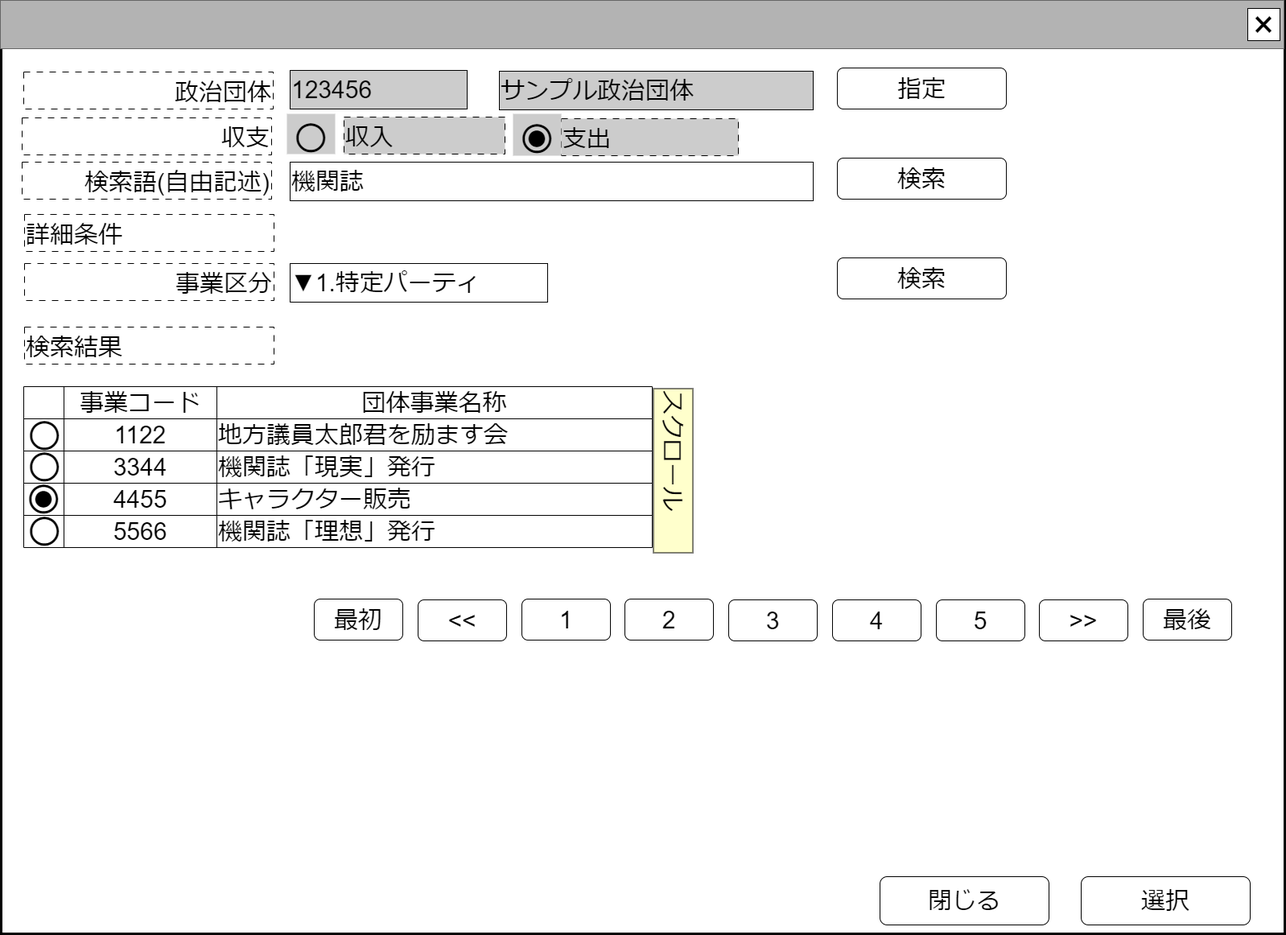
The draw.io diagram docs/common/front/search_continue_buissiness/image/継続事業検索.drawio.png in chiwa2023/investigate-politician-balance-report, before a commit. Source tidied: cells renumbered, new cells last; positions are measured from the earlier drawing's top-left corner, leaving out a move shared by most shapes.
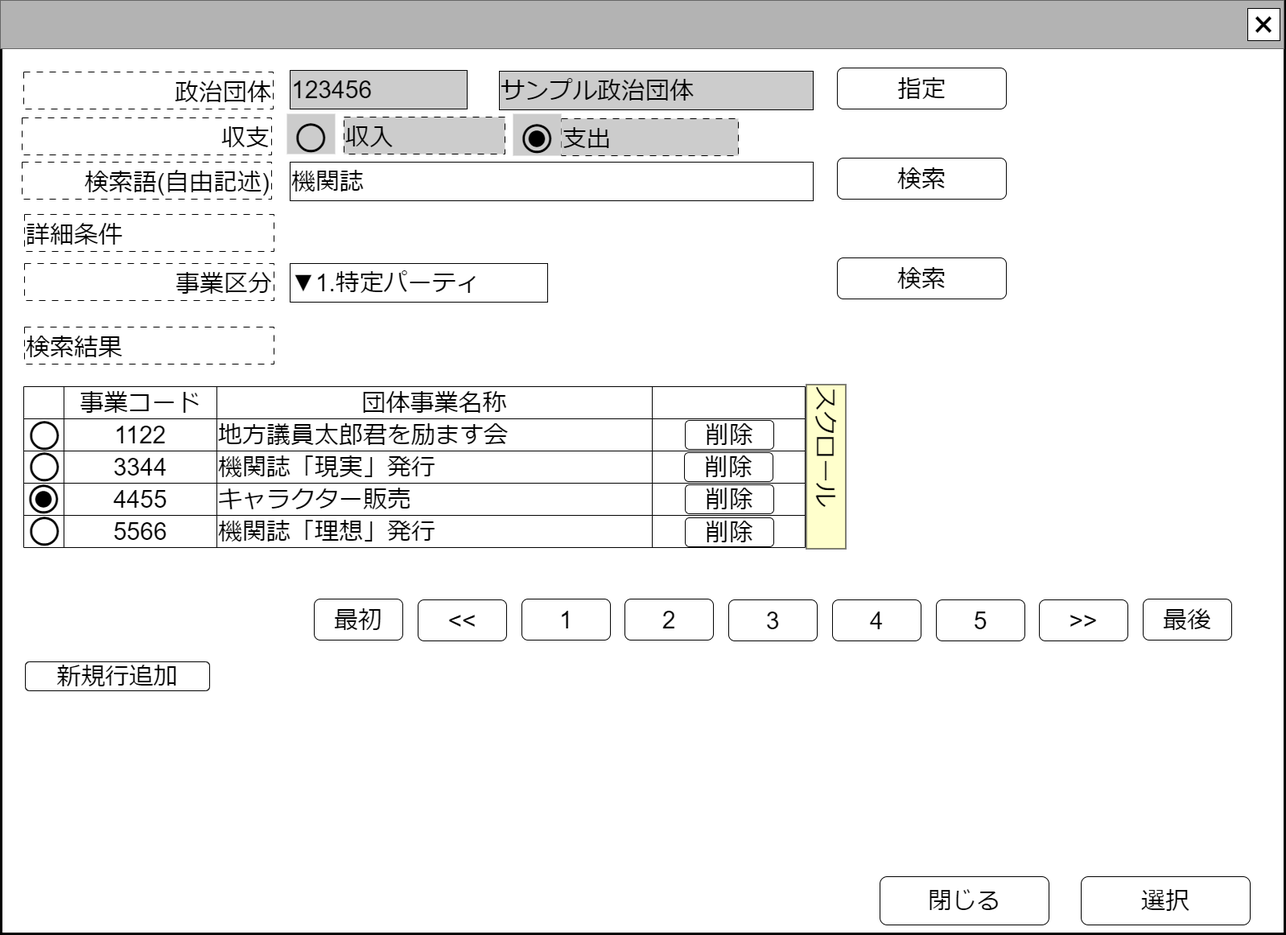
Later version of the same file.

What changed in the source:
```diff
@@ -13,10 +13,10 @@
     </mxCell>
     <mxCell id="5" value="名称未設定レイヤ" parent="0" />
     <mxCell id="6" style="shape=table;startSize=0;fontSize=16;" parent="5" vertex="1">
-      <mxGeometry x="29" y="480" width="781" height="200" as="geometry" />
+      <mxGeometry x="29" y="480" width="971" height="200" as="geometry" />
     </mxCell>
     <mxCell id="7" style="shape=tableRow;horizontal=0;startSize=0;swimlaneHead=0;swimlaneBody=0;strokeColor=inherit;top=0;left=0;bottom=0;right=0;fillColor=none;fontSize=16;" parent="6" vertex="1">
-      <mxGeometry width="781" height="40" as="geometry" />
+      <mxGeometry width="971" height="40" as="geometry" />
     </mxCell>
     <mxCell id="8" style="shape=partialRectangle;html=1;whiteSpace=wrap;strokeColor=inherit;overflow=hidden;fillColor=none;top=0;left=0;bottom=0;right=0;fontSize=16;" parent="7" vertex="1">
       <mxGeometry width="50" height="40" as="geometry" />
@@ -27,8 +27,11 @@
     <mxCell id="10" value="&lt;font style=&quot;font-size: 30px;&quot;&gt;団体事業&lt;/font&gt;&lt;span style=&quot;font-size: 30px; background-color: initial;&quot;&gt;名称&lt;/span&gt;" style="shape=partialRectangle;html=1;whiteSpace=wrap;strokeColor=inherit;overflow=hidden;fillColor=none;top=0;left=0;bottom=0;right=0;fontSize=16;" parent="7" vertex="1">
       <mxGeometry x="240" width="541" height="40" as="geometry" />
     </mxCell>
+    <mxCell id="62" style="shape=partialRectangle;html=1;whiteSpace=wrap;strokeColor=inherit;overflow=hidden;fillColor=none;top=0;left=0;bottom=0;right=0;fontSize=16;" parent="7" vertex="1">
+      <mxGeometry x="781" width="190" height="40" as="geometry" />
+    </mxCell>
     <mxCell id="11" style="shape=tableRow;horizontal=0;startSize=0;swimlaneHead=0;swimlaneBody=0;strokeColor=inherit;top=0;left=0;bottom=0;right=0;fillColor=none;fontSize=16;" parent="6" vertex="1">
-      <mxGeometry y="40" width="781" height="40" as="geometry" />
+      <mxGeometry y="40" width="971" height="40" as="geometry" />
     </mxCell>
     <mxCell id="12" style="shape=partialRectangle;html=1;whiteSpace=wrap;strokeColor=inherit;overflow=hidden;fillColor=none;top=0;left=0;bottom=0;right=0;fontSize=16;" parent="11" vertex="1">
       <mxGeometry width="50" height="40" as="geometry" />
@@ -39,8 +42,11 @@
     <mxCell id="14" value="&lt;span style=&quot;font-size: 30px;&quot;&gt;地方議員太郎君を励ます会&lt;/span&gt;" style="shape=partialRectangle;html=1;whiteSpace=wrap;strokeColor=inherit;overflow=hidden;fillColor=none;top=0;left=0;bottom=0;right=0;fontSize=16;align=left;" parent="11" vertex="1">
       <mxGeometry x="240" width="541" height="40" as="geometry" />
     </mxCell>
+    <mxCell id="63" style="shape=partialRectangle;html=1;whiteSpace=wrap;strokeColor=inherit;overflow=hidden;fillColor=none;top=0;left=0;bottom=0;right=0;fontSize=16;align=left;" parent="11" vertex="1">
+      <mxGeometry x="781" width="190" height="40" as="geometry" />
+    </mxCell>
     <mxCell id="15" style="shape=tableRow;horizontal=0;startSize=0;swimlaneHead=0;swimlaneBody=0;strokeColor=inherit;top=0;left=0;bottom=0;right=0;fillColor=none;fontSize=16;align=left;" parent="6" vertex="1">
-      <mxGeometry y="80" width="781" height="40" as="geometry" />
+      <mxGeometry y="80" width="971" height="40" as="geometry" />
     </mxCell>
     <mxCell id="16" style="shape=partialRectangle;html=1;whiteSpace=wrap;strokeColor=inherit;overflow=hidden;fillColor=none;top=0;left=0;bottom=0;right=0;fontSize=16;" parent="15" vertex="1">
       <mxGeometry width="50" height="40" as="geometry" />
@@ -51,8 +57,11 @@
     <mxCell id="18" value="&lt;font style=&quot;font-size: 30px;&quot;&gt;機関誌「現実」発行&lt;br&gt;&lt;/font&gt;" style="shape=partialRectangle;html=1;whiteSpace=wrap;strokeColor=inherit;overflow=hidden;fillColor=none;top=0;left=0;bottom=0;right=0;fontSize=16;align=left;" parent="15" vertex="1">
       <mxGeometry x="240" width="541" height="40" as="geometry" />
     </mxCell>
+    <mxCell id="64" style="shape=partialRectangle;html=1;whiteSpace=wrap;strokeColor=inherit;overflow=hidden;fillColor=none;top=0;left=0;bottom=0;right=0;fontSize=16;align=left;" parent="15" vertex="1">
+      <mxGeometry x="781" width="190" height="40" as="geometry" />
+    </mxCell>
     <mxCell id="19" style="shape=tableRow;horizontal=0;startSize=0;swimlaneHead=0;swimlaneBody=0;strokeColor=inherit;top=0;left=0;bottom=0;right=0;fillColor=none;fontSize=16;" parent="6" vertex="1">
-      <mxGeometry y="120" width="781" height="40" as="geometry" />
+      <mxGeometry y="120" width="971" height="40" as="geometry" />
     </mxCell>
     <mxCell id="20" style="shape=partialRectangle;html=1;whiteSpace=wrap;strokeColor=inherit;overflow=hidden;fillColor=none;top=0;left=0;bottom=0;right=0;fontSize=16;" parent="19" vertex="1">
       <mxGeometry width="50" height="40" as="geometry" />
@@ -63,8 +72,11 @@
     <mxCell id="22" value="&lt;font style=&quot;font-size: 30px;&quot;&gt;キャラクター販売&lt;br&gt;&lt;/font&gt;" style="shape=partialRectangle;html=1;whiteSpace=wrap;strokeColor=inherit;overflow=hidden;fillColor=none;top=0;left=0;bottom=0;right=0;fontSize=16;align=left;" parent="19" vertex="1">
       <mxGeometry x="240" width="541" height="40" as="geometry" />
     </mxCell>
+    <mxCell id="65" style="shape=partialRectangle;html=1;whiteSpace=wrap;strokeColor=inherit;overflow=hidden;fillColor=none;top=0;left=0;bottom=0;right=0;fontSize=16;align=left;" parent="19" vertex="1">
+      <mxGeometry x="781" width="190" height="40" as="geometry" />
+    </mxCell>
     <mxCell id="23" style="shape=tableRow;horizontal=0;startSize=0;swimlaneHead=0;swimlaneBody=0;strokeColor=inherit;top=0;left=0;bottom=0;right=0;fillColor=none;fontSize=16;" parent="6" vertex="1">
-      <mxGeometry y="160" width="781" height="40" as="geometry" />
+      <mxGeometry y="160" width="971" height="40" as="geometry" />
     </mxCell>
     <mxCell id="24" style="shape=partialRectangle;html=1;whiteSpace=wrap;strokeColor=inherit;overflow=hidden;fillColor=none;top=0;left=0;bottom=0;right=0;fontSize=16;" parent="23" vertex="1">
       <mxGeometry width="50" height="40" as="geometry" />
@@ -75,6 +87,9 @@
     <mxCell id="26" value="&lt;font style=&quot;font-size: 30px;&quot;&gt;機関誌「理想」発行&lt;/font&gt;" style="shape=partialRectangle;html=1;whiteSpace=wrap;strokeColor=inherit;overflow=hidden;fillColor=none;top=0;left=0;bottom=0;right=0;fontSize=16;align=left;" parent="23" vertex="1">
       <mxGeometry x="240" width="541" height="40" as="geometry" />
     </mxCell>
+    <mxCell id="66" style="shape=partialRectangle;html=1;whiteSpace=wrap;strokeColor=inherit;overflow=hidden;fillColor=none;top=0;left=0;bottom=0;right=0;fontSize=16;align=left;" parent="23" vertex="1">
+      <mxGeometry x="781" width="190" height="40" as="geometry" />
+    </mxCell>
     <mxCell id="27" value="&lt;font style=&quot;font-size: 84px;&quot;&gt;○&lt;/font&gt;" style="text;html=1;strokeColor=none;fillColor=none;align=center;verticalAlign=middle;whiteSpace=wrap;rounded=0;fontSize=60;" parent="5" vertex="1">
       <mxGeometry x="25" y="521" width="60" height="30" as="geometry" />
     </mxCell>
@@ -163,7 +178,7 @@
       <mxGeometry x="519" y="745" width="110" height="51" as="geometry" />
     </mxCell>
     <mxCell id="56" value="&lt;div style=&quot;&quot;&gt;&lt;font style=&quot;font-size: 30px;&quot;&gt;スクロール&lt;/font&gt;&lt;/div&gt;" style="rounded=0;whiteSpace=wrap;html=1;align=left;verticalAlign=top;fillColor=#FFFFCC;rotation=90;" parent="5" vertex="1">
-      <mxGeometry x="734" y="560" width="204" height="49" as="geometry" />
+      <mxGeometry x="924" y="555" width="204" height="49" as="geometry" />
     </mxCell>
     <mxCell id="57" value="&lt;font style=&quot;font-size: 30px;&quot;&gt;123456&lt;/font&gt;&lt;span style=&quot;font-size: 30px;&quot;&gt;&lt;br&gt;&lt;/span&gt;" style="rounded=0;whiteSpace=wrap;html=1;align=left;fillColor=#CCCCCC;" parent="5" vertex="1">
       <mxGeometry x="360" y="87" width="220" height="48" as="geometry" />
@@ -180,5 +195,20 @@
     <mxCell id="61" value="&lt;font style=&quot;font-size: 48px;&quot;&gt;●&lt;/font&gt;" style="text;html=1;strokeColor=none;fillColor=none;align=center;verticalAlign=middle;whiteSpace=wrap;rounded=0;fontSize=48;" parent="5" vertex="1">
       <mxGeometry x="637" y="154" width="60" height="30" as="geometry" />
     </mxCell>
+    <mxCell id="67" value="&lt;span style=&quot;font-size: 30px;&quot;&gt;削除&lt;/span&gt;" style="rounded=1;whiteSpace=wrap;html=1;" parent="5" vertex="1">
+      <mxGeometry x="851" y="522" width="110" height="36" as="geometry" />
+    </mxCell>
+    <mxCell id="68" value="&lt;span style=&quot;font-size: 30px;&quot;&gt;削除&lt;/span&gt;" style="rounded=1;whiteSpace=wrap;html=1;" parent="5" vertex="1">
+      <mxGeometry x="850" y="562" width="110" height="36" as="geometry" />
+    </mxCell>
+    <mxCell id="69" value="&lt;span style=&quot;font-size: 30px;&quot;&gt;削除&lt;/span&gt;" style="rounded=1;whiteSpace=wrap;html=1;" parent="5" vertex="1">
+      <mxGeometry x="851" y="602" width="110" height="36" as="geometry" />
+    </mxCell>
+    <mxCell id="70" value="&lt;span style=&quot;font-size: 30px;&quot;&gt;削除&lt;/span&gt;" style="rounded=1;whiteSpace=wrap;html=1;" parent="5" vertex="1">
+      <mxGeometry x="851" y="643" width="110" height="36" as="geometry" />
+    </mxCell>
+    <mxCell id="71" value="&lt;span style=&quot;font-size: 30px;&quot;&gt;新規行追加&lt;/span&gt;" style="rounded=1;whiteSpace=wrap;html=1;" parent="5" vertex="1">
+      <mxGeometry x="31" y="822" width="229" height="36" as="geometry" />
+    </mxCell>
   </root>
 </mxGraphModel>
```
